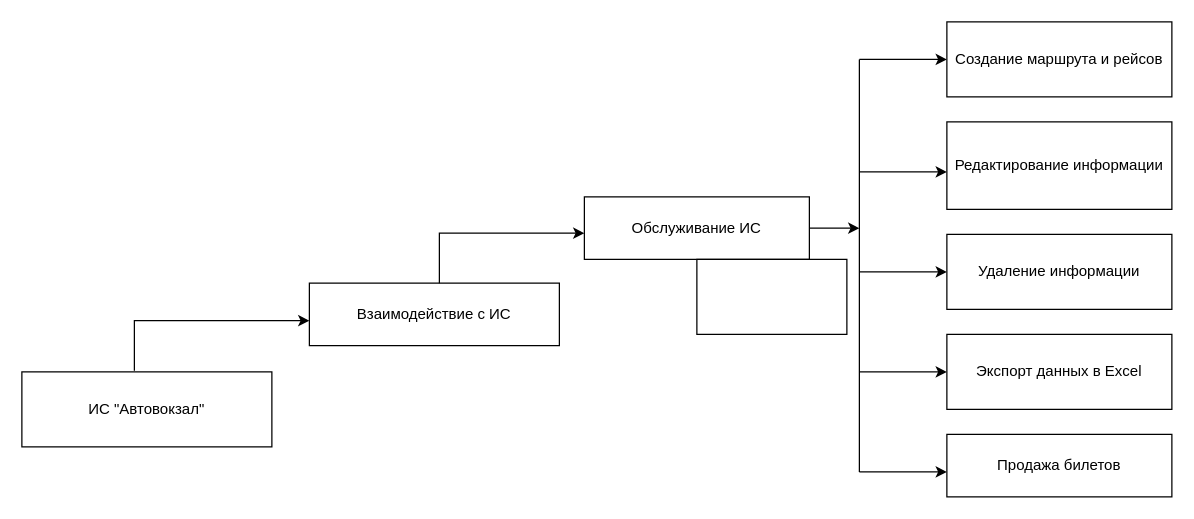
Earlier version of the draw.io diagram Диаграмма без названия.drawio (Air5555/air5555.github.io). Source tidied: cells renumbered, new cells numbered last; positions are measured from the earlier drawing's top-left corner, leaving out a move shared by most shapes. Both pictures are drawn from the tidied source at 125%, with x=0, y=0 at pixel (21, 21).
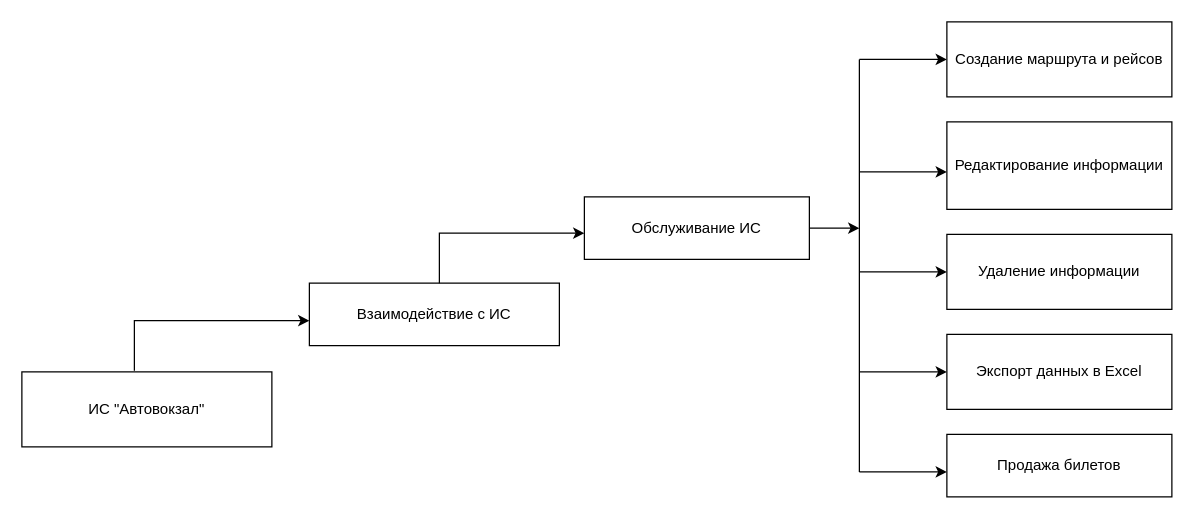
The same diagram, later.

Commit message (it also covers changes not shown here):
Функциональная структура ИС.drawio

Change to the diagram source:
```diff
@@
-    <mxCell id="19" style="rounded=0;whiteSpace=wrap;html=1;" parent="1" vertex="1">
-      <mxGeometry x="540" y="190" width="120" height="60" as="geometry" />
-    </mxCell>
```
